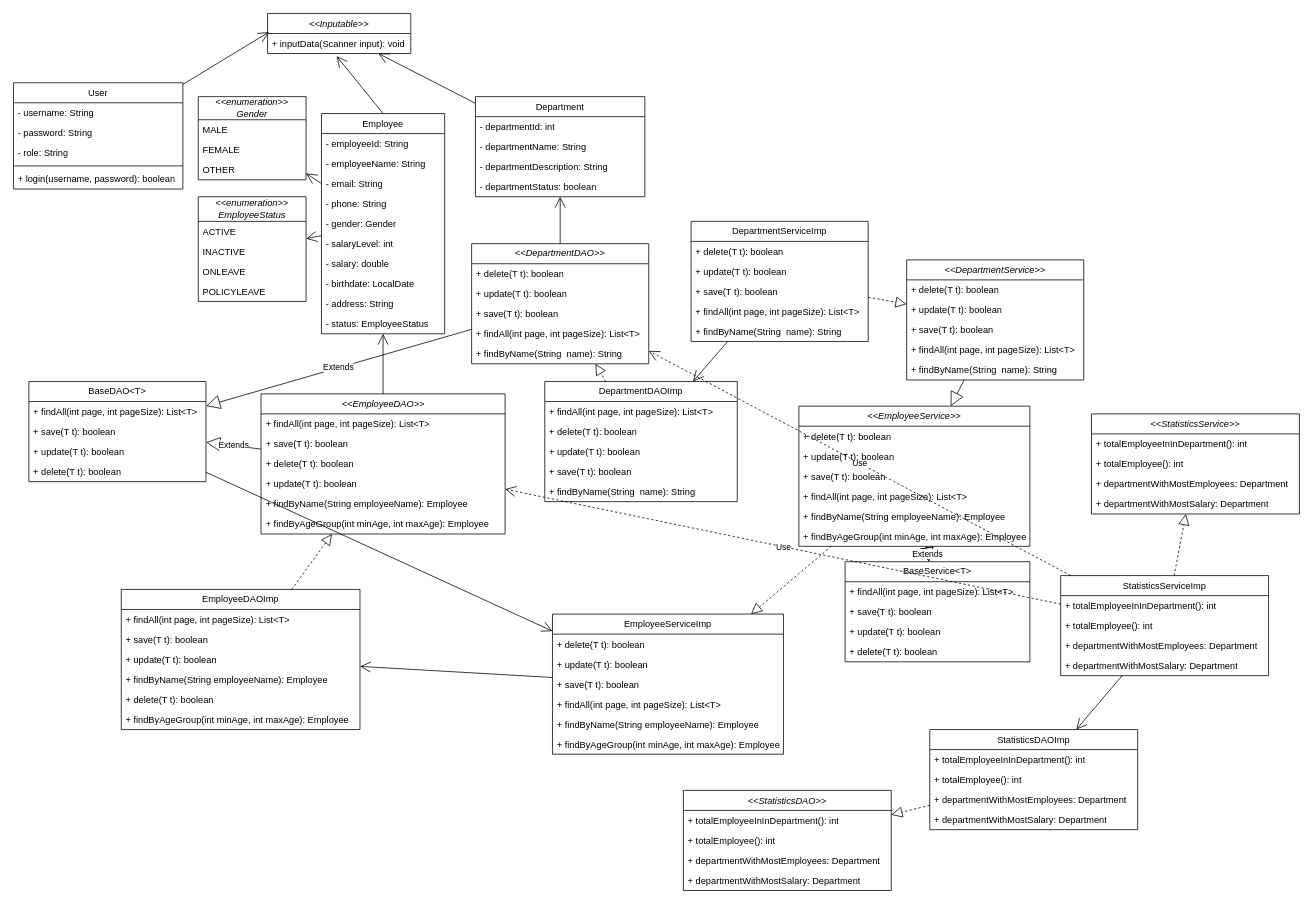
This is ss29/UC/newClassDiagram.drawio from ImLazyAsFuck/newJava, a draw.io file, before an edit. Source tidied: cells renumbered, new cells numbered last; positions are measured from the earlier drawing's top-left corner, leaving out a move shared by most shapes. Both pictures are drawn from the tidied source at 77%, with x=0, y=0 at pixel (13, 13).
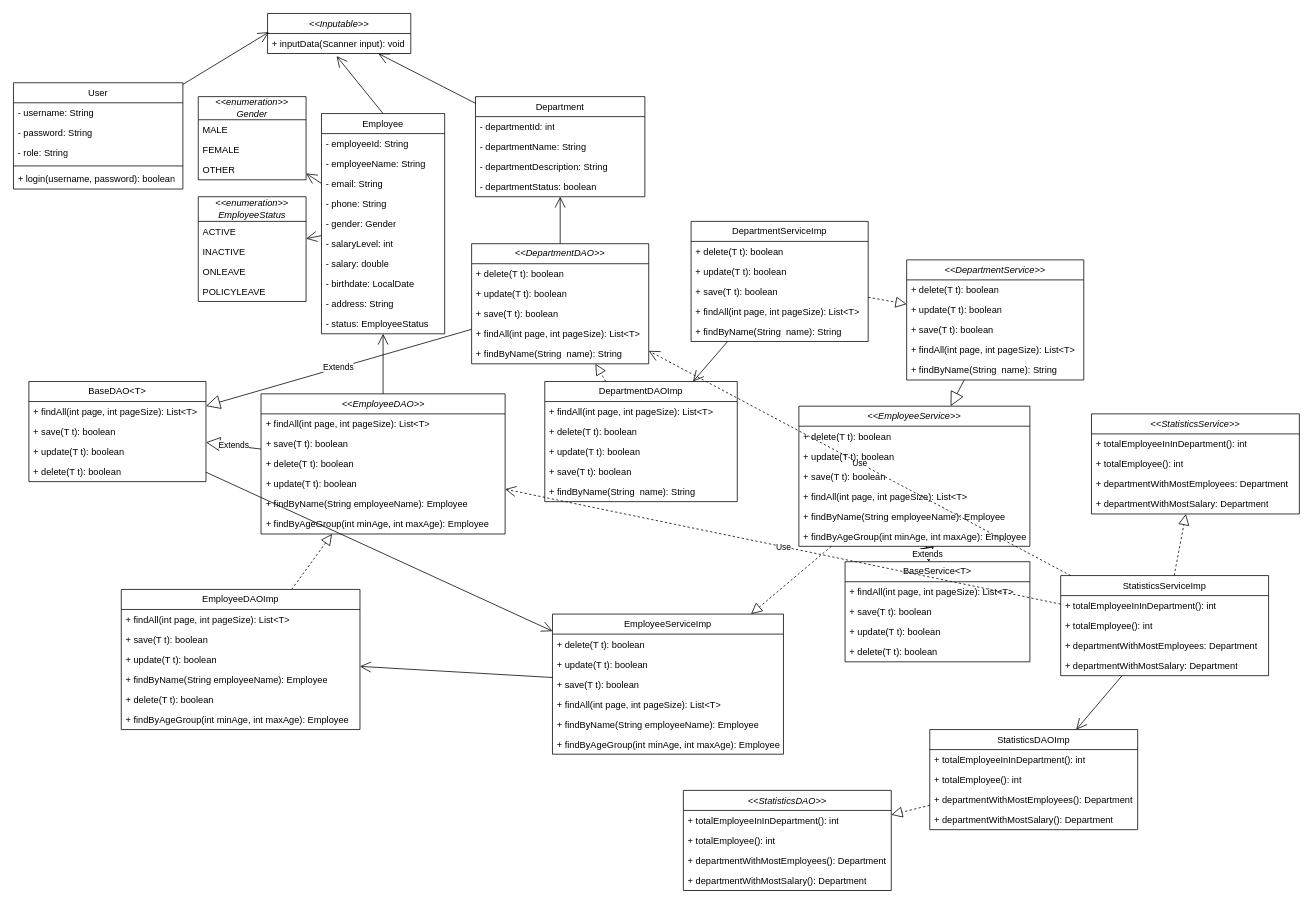
Above is the later version.

Unchanged cells that the change refers to:
```xml
<mxCell id="108" value="&lt;span style=&quot;font-weight: normal;&quot;&gt;&lt;i&gt;&amp;lt;&amp;lt;StatisticsDAO&amp;gt;&amp;gt;&lt;/i&gt;&lt;/span&gt;" style="swimlane;fontStyle=1;align=center;verticalAlign=top;horizontal=1;startSize=26;whiteSpace=wrap;html=1;" parent="1" vertex="1">
  <mxGeometry x="870" y="1009" width="270" height="130" as="geometry" />
</mxCell>
<mxCell id="113" value="&lt;span style=&quot;font-weight: normal;&quot;&gt;StatisticsDAOImp&lt;/span&gt;" style="swimlane;fontStyle=1;align=center;verticalAlign=top;horizontal=1;startSize=26;whiteSpace=wrap;html=1;" parent="1" vertex="1">
  <mxGeometry x="1190" y="930" width="270" height="130" as="geometry" />
</mxCell>
```

Diff of the diagram source:
```diff
@@
-    <mxCell id="111" value="+&amp;nbsp;departmentWithMostEmployees: Department" style="text;strokeColor=none;fillColor=none;align=left;verticalAlign=top;spacingLeft=4;spacingRight=4;overflow=hidden;whiteSpace=wrap;html=1;" parent="108" vertex="1">
+    <mxCell id="111" value="+&amp;nbsp;departmentWithMostEmployees(): Department" style="text;strokeColor=none;fillColor=none;align=left;verticalAlign=top;spacingLeft=4;spacingRight=4;overflow=hidden;whiteSpace=wrap;html=1;" parent="108" vertex="1">
       <mxGeometry y="78" width="270" height="26" as="geometry" />
     </mxCell>
-    <mxCell id="112" value="+&amp;nbsp;departmentWithMostSalary: Department" style="text;strokeColor=none;fillColor=none;align=left;verticalAlign=top;spacingLeft=4;spacingRight=4;overflow=hidden;whiteSpace=wrap;html=1;" parent="108" vertex="1">
+    <mxCell id="112" value="+&amp;nbsp;departmentWithMostSalary(): Department" style="text;strokeColor=none;fillColor=none;align=left;verticalAlign=top;spacingLeft=4;spacingRight=4;overflow=hidden;whiteSpace=wrap;html=1;" parent="108" vertex="1">
       <mxGeometry y="104" width="270" height="26" as="geometry" />
     </mxCell>
@@
-    <mxCell id="116" value="+&amp;nbsp;departmentWithMostEmployees: Department" style="text;strokeColor=none;fillColor=none;align=left;verticalAlign=top;spacingLeft=4;spacingRight=4;overflow=hidden;whiteSpace=wrap;html=1;" parent="113" vertex="1">
+    <mxCell id="116" value="+&amp;nbsp;departmentWithMostEmployees(): Department" style="text;strokeColor=none;fillColor=none;align=left;verticalAlign=top;spacingLeft=4;spacingRight=4;overflow=hidden;whiteSpace=wrap;html=1;" parent="113" vertex="1">
       <mxGeometry y="78" width="270" height="26" as="geometry" />
     </mxCell>
-    <mxCell id="117" value="+&amp;nbsp;departmentWithMostSalary: Department" style="text;strokeColor=none;fillColor=none;align=left;verticalAlign=top;spacingLeft=4;spacingRight=4;overflow=hidden;whiteSpace=wrap;html=1;" parent="113" vertex="1">
+    <mxCell id="117" value="+&amp;nbsp;departmentWithMostSalary(): Department" style="text;strokeColor=none;fillColor=none;align=left;verticalAlign=top;spacingLeft=4;spacingRight=4;overflow=hidden;whiteSpace=wrap;html=1;" parent="113" vertex="1">
       <mxGeometry y="104" width="270" height="26" as="geometry" />
     </mxCell>
```
